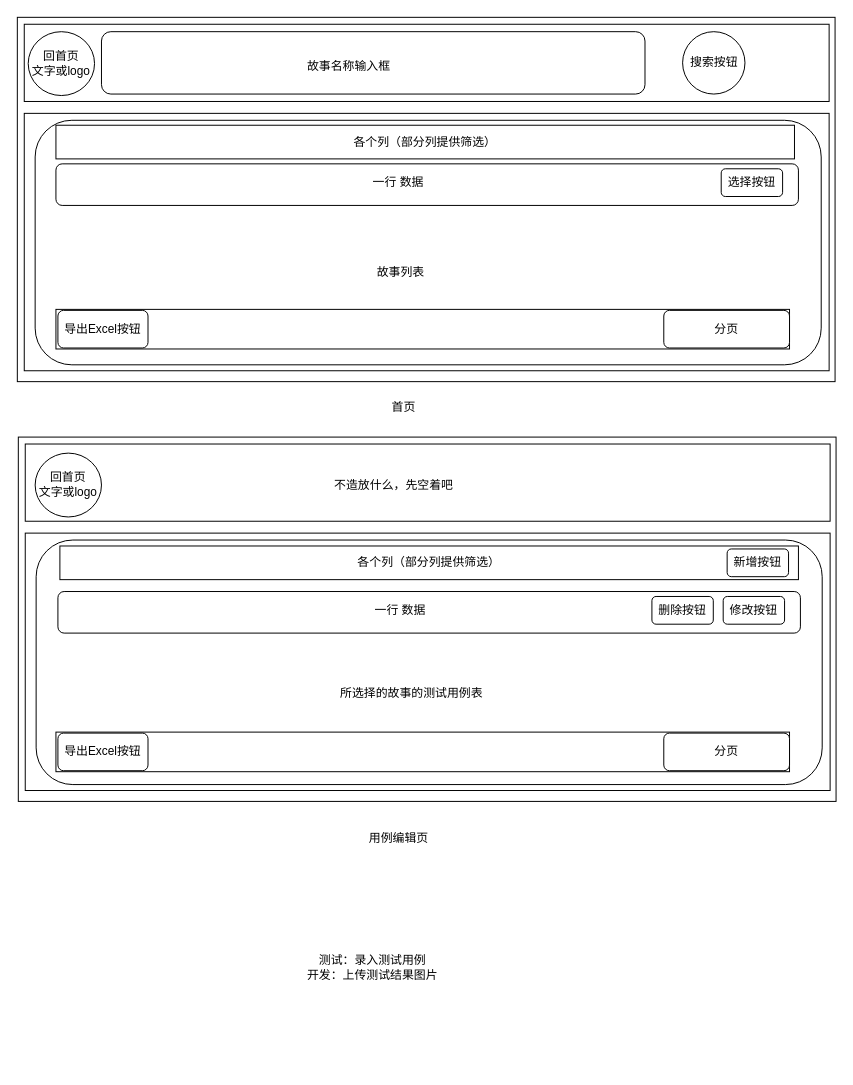
LancePeng42/Pic-Bed keeps this draw.io diagram as DrawIO/Untitled Diagram.drawio. Above is the earlier version. Source tidied: cells renumbered, new cells numbered last; positions are measured from the earlier drawing's top-left corner, leaving out a move shared by most shapes. Both pictures are drawn from the tidied source at 99%, with x=0, y=0 at pixel (17, 17).
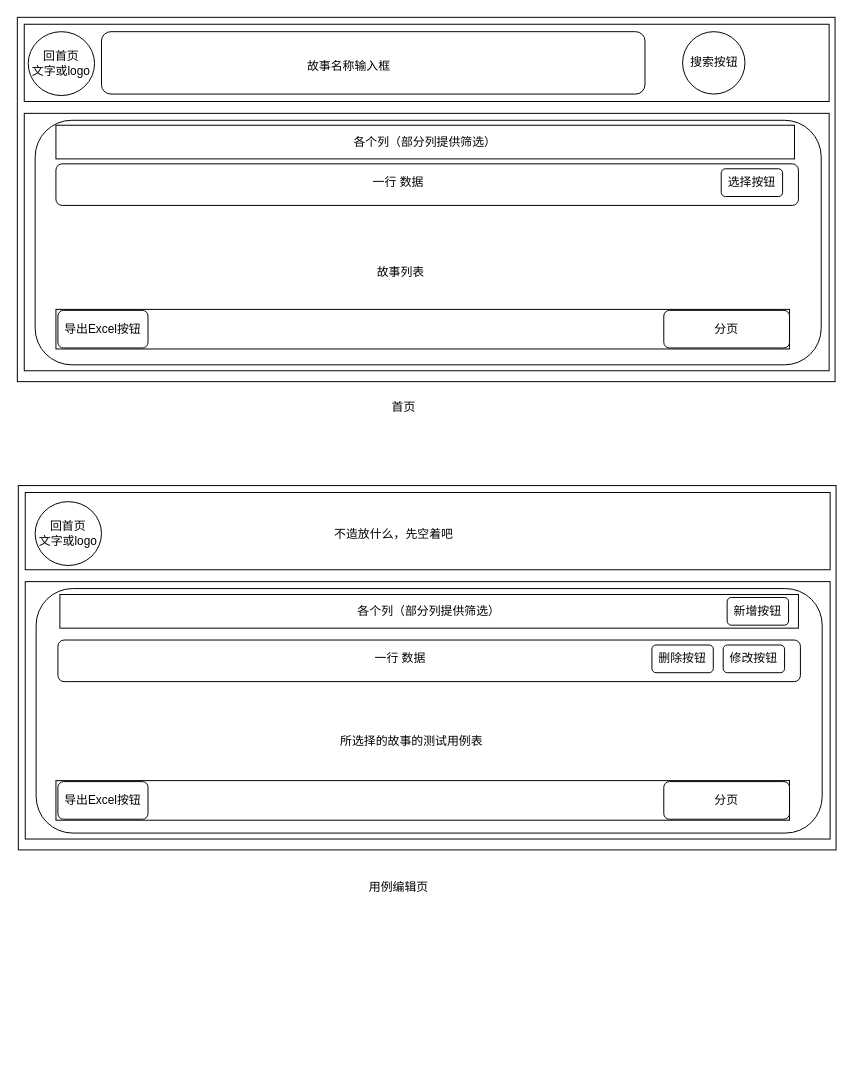
The same diagram, later.

Commit message:
调整组件位置

The edit, as a diff of the source:
```diff
@@
     <mxCell id="11" style="rounded=0;whiteSpace=wrap;html=1;" parent="1" vertex="1">
-      <mxGeometry x="1" y="424" width="826" height="368" as="geometry" />
+      <mxGeometry x="1" y="473" width="826" height="368" as="geometry" />
     </mxCell>
     <mxCell id="12" style="rounded=0;whiteSpace=wrap;html=1;" parent="1" vertex="1">
-      <mxGeometry x="8" y="431" width="813" height="78" as="geometry" />
+      <mxGeometry x="8" y="480" width="813" height="78" as="geometry" />
     </mxCell>
     <mxCell id="13" style="rounded=0;whiteSpace=wrap;html=1;" parent="1" vertex="1">
-      <mxGeometry x="8" y="521" width="813" height="260" as="geometry" />
+      <mxGeometry x="8" y="570" width="813" height="260" as="geometry" />
     </mxCell>
     <mxCell id="14" style="rounded=1;whiteSpace=wrap;html=1;" parent="1" vertex="1">
-      <mxGeometry x="19" y="528" width="794" height="247" as="geometry" />
+      <mxGeometry x="19" y="577" width="794" height="247" as="geometry" />
     </mxCell>
     <mxCell id="15" value="所选择的故事的测试用例表" style="text;html=1;strokeColor=none;fillColor=none;align=center;verticalAlign=middle;whiteSpace=wrap;rounded=0;" parent="1" vertex="1">
-      <mxGeometry x="101" y="634" width="595" height="97" as="geometry" />
+      <mxGeometry x="101" y="683" width="595" height="97" as="geometry" />
     </mxCell>
-    <mxCell id="16" value="测试：录入测试用例&lt;br&gt;开发：上传测试结果图片" style="text;html=1;strokeColor=none;fillColor=none;align=center;verticalAlign=middle;whiteSpace=wrap;rounded=0;" parent="1" vertex="1">
-      <mxGeometry x="92" y="858" width="534" height="203" as="geometry" />
-    </mxCell>
     <mxCell id="17" value="不造放什么，先空着吧" style="text;html=1;strokeColor=none;fillColor=none;align=center;verticalAlign=middle;whiteSpace=wrap;rounded=0;" parent="1" vertex="1">
-      <mxGeometry x="159" y="448" width="443" height="49" as="geometry" />
+      <mxGeometry x="159" y="497" width="443" height="49" as="geometry" />
     </mxCell>
@@
     <mxCell id="22" value="各个列（部分列提供筛选）" style="rounded=0;whiteSpace=wrap;html=1;" parent="1" vertex="1">
-      <mxGeometry x="43" y="534" width="746" height="34" as="geometry" />
+      <mxGeometry x="43" y="583" width="746" height="34" as="geometry" />
     </mxCell>
     <mxCell id="23" style="rounded=1;whiteSpace=wrap;html=1;" parent="1" vertex="1">
-      <mxGeometry x="41" y="580" width="750" height="42" as="geometry" />
+      <mxGeometry x="41" y="629" width="750" height="42" as="geometry" />
     </mxCell>
     <mxCell id="24" value="修改按钮" style="rounded=1;whiteSpace=wrap;html=1;" parent="1" vertex="1">
-      <mxGeometry x="713" y="585" width="62" height="28" as="geometry" />
+      <mxGeometry x="713" y="634" width="62" height="28" as="geometry" />
     </mxCell>
     <mxCell id="25" value="一行 数据" style="text;html=1;strokeColor=none;fillColor=none;align=center;verticalAlign=middle;whiteSpace=wrap;rounded=0;" parent="1" vertex="1">
-      <mxGeometry x="69" y="587.5" width="636" height="23" as="geometry" />
+      <mxGeometry x="69" y="636.5" width="636" height="23" as="geometry" />
     </mxCell>
     <mxCell id="26" value="删除按钮" style="rounded=1;whiteSpace=wrap;html=1;" parent="1" vertex="1">
-      <mxGeometry x="641" y="585" width="62" height="28" as="geometry" />
+      <mxGeometry x="641" y="634" width="62" height="28" as="geometry" />
     </mxCell>
     <mxCell id="27" value="新增按钮" style="rounded=1;whiteSpace=wrap;html=1;" parent="1" vertex="1">
-      <mxGeometry x="717" y="537" width="62" height="28" as="geometry" />
+      <mxGeometry x="717" y="586" width="62" height="28" as="geometry" />
     </mxCell>
@@
     <mxCell id="31" style="rounded=0;whiteSpace=wrap;html=1;" parent="1" vertex="1">
-      <mxGeometry x="39" y="722" width="741" height="40" as="geometry" />
+      <mxGeometry x="39" y="771" width="741" height="40" as="geometry" />
     </mxCell>
     <mxCell id="32" value="导出Excel按钮" style="rounded=1;whiteSpace=wrap;html=1;" parent="1" vertex="1">
-      <mxGeometry x="41" y="723" width="91" height="38" as="geometry" />
+      <mxGeometry x="41" y="772" width="91" height="38" as="geometry" />
     </mxCell>
     <mxCell id="33" value="分页" style="rounded=1;whiteSpace=wrap;html=1;" parent="1" vertex="1">
-      <mxGeometry x="653" y="723" width="127" height="38" as="geometry" />
+      <mxGeometry x="653" y="772" width="127" height="38" as="geometry" />
     </mxCell>
@@
     <mxCell id="35" value="用例编辑页" style="text;html=1;strokeColor=none;fillColor=none;align=center;verticalAlign=middle;whiteSpace=wrap;rounded=0;" parent="1" vertex="1">
-      <mxGeometry x="332.5" y="815" width="105" height="30" as="geometry" />
+      <mxGeometry x="332.5" y="864" width="105" height="30" as="geometry" />
     </mxCell>
@@
     <mxCell id="37" value="回首页&lt;br&gt;文字或logo" style="ellipse;whiteSpace=wrap;html=1;" parent="1" vertex="1">
-      <mxGeometry x="18" y="440.2" width="67" height="64.5" as="geometry" />
+      <mxGeometry x="18" y="489.2" width="67" height="64.5" as="geometry" />
     </mxCell>
```
